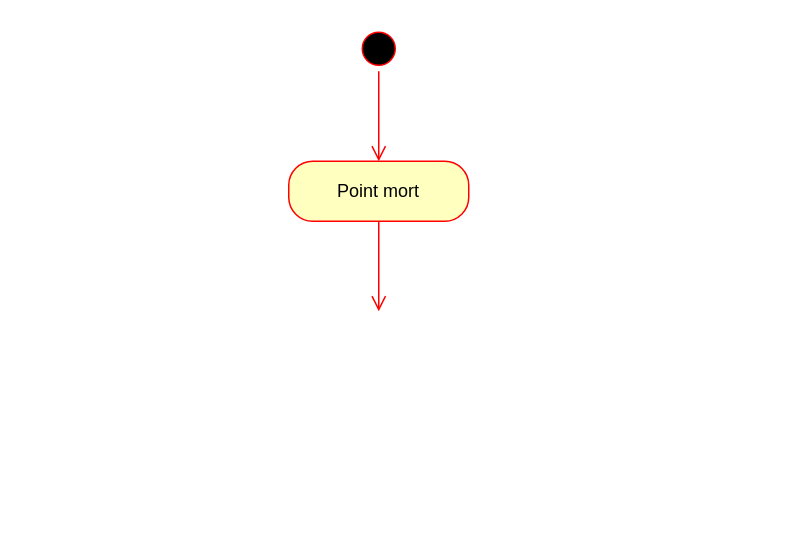
Above: Génie_SF7.drawio in Caporal6/Dump_Genie (draw.io), before the change. Source tidied: cells renumbered, new cells numbered last; positions are measured from the earlier drawing's top-left corner, leaving out a move shared by most shapes. Both pictures are drawn from the tidied source at 150%, with x=0, y=0 at pixel (288, 26).
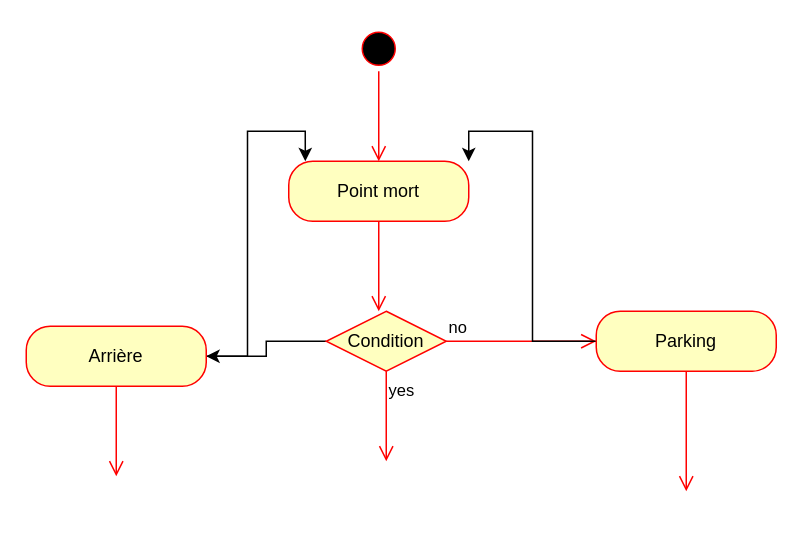
After the change.

Commit message (it also covers changes not shown here):
Mettre à jour Génie_SF7.drawio

What changed in the source:
```diff
@@
 <mxGraphModel>
   <root>
     <mxCell id="0" />
     <mxCell id="1" parent="0" />
     <mxCell id="2" style="ellipse;html=1;shape=startState;fillColor=#000000;strokeColor=#ff0000;" parent="1" vertex="1">
       <mxGeometry x="45" width="30" height="30" as="geometry" />
     </mxCell>
     <mxCell id="3" style="edgeStyle=orthogonalEdgeStyle;html=1;verticalAlign=bottom;endArrow=open;endSize=8;strokeColor=#ff0000;rounded=0;" parent="1" edge="1" source="2">
       <mxGeometry relative="1" as="geometry">
         <mxPoint x="60" y="90" as="targetPoint" />
       </mxGeometry>
     </mxCell>
     <mxCell id="4" value="Point mort" style="rounded=1;whiteSpace=wrap;html=1;arcSize=40;fontColor=#000000;fillColor=#ffffc0;strokeColor=#ff0000;" parent="1" vertex="1">
       <mxGeometry y="90" width="120" height="40" as="geometry" />
     </mxCell>
     <mxCell id="5" style="edgeStyle=orthogonalEdgeStyle;html=1;verticalAlign=bottom;endArrow=open;endSize=8;strokeColor=#ff0000;rounded=0;" parent="1" edge="1" source="4">
       <mxGeometry relative="1" as="geometry">
         <mxPoint x="60" y="190" as="targetPoint" />
       </mxGeometry>
     </mxCell>
+    <mxCell id="6" style="edgeStyle=orthogonalEdgeStyle;rounded=0;jettySize=auto;html=1;" parent="1" edge="1" source="7" target="14">
+      <mxGeometry relative="1" as="geometry" />
+    </mxCell>
+    <mxCell id="7" value="Condition" style="rhombus;whiteSpace=wrap;html=1;fontColor=#000000;fillColor=#ffffc0;strokeColor=#ff0000;" parent="1" vertex="1">
+      <mxGeometry x="25" y="190" width="80" height="40" as="geometry" />
+    </mxCell>
+    <mxCell id="8" value="no" style="edgeStyle=orthogonalEdgeStyle;html=1;align=left;verticalAlign=bottom;endArrow=open;endSize=8;strokeColor=#ff0000;rounded=0;" parent="1" edge="1" source="7">
+      <mxGeometry x="-1" relative="1" as="geometry">
+        <mxPoint x="205" y="210" as="targetPoint" />
+      </mxGeometry>
+    </mxCell>
+    <mxCell id="9" value="yes" style="edgeStyle=orthogonalEdgeStyle;html=1;align=left;verticalAlign=top;endArrow=open;endSize=8;strokeColor=#ff0000;rounded=0;" parent="1" edge="1" source="7">
+      <mxGeometry x="-1" relative="1" as="geometry">
+        <mxPoint x="65" y="290" as="targetPoint" />
+      </mxGeometry>
+    </mxCell>
+    <mxCell id="10" style="edgeStyle=orthogonalEdgeStyle;rounded=0;jettySize=auto;html=1;entryX=1;entryY=0;entryDx=0;entryDy=0;" parent="1" edge="1" source="11" target="4">
+      <mxGeometry relative="1" as="geometry" />
+    </mxCell>
+    <mxCell id="11" value="Parking" style="rounded=1;whiteSpace=wrap;html=1;arcSize=40;fontColor=#000000;fillColor=#ffffc0;strokeColor=#ff0000;" parent="1" vertex="1">
+      <mxGeometry x="205" y="190" width="120" height="40" as="geometry" />
+    </mxCell>
+    <mxCell id="12" style="edgeStyle=orthogonalEdgeStyle;html=1;verticalAlign=bottom;endArrow=open;endSize=8;strokeColor=#ff0000;rounded=0;" parent="1" edge="1" source="11">
+      <mxGeometry relative="1" as="geometry">
+        <mxPoint x="265" y="310" as="targetPoint" />
+      </mxGeometry>
+    </mxCell>
+    <mxCell id="13" style="edgeStyle=orthogonalEdgeStyle;rounded=0;jettySize=auto;html=1;entryX=0.092;entryY=0;entryDx=0;entryDy=0;entryPerimeter=0;" parent="1" edge="1" source="14" target="4">
+      <mxGeometry relative="1" as="geometry" />
+    </mxCell>
+    <mxCell id="14" value="Arrière" style="rounded=1;whiteSpace=wrap;html=1;arcSize=40;fontColor=#000000;fillColor=#ffffc0;strokeColor=#ff0000;" parent="1" vertex="1">
+      <mxGeometry x="-175" y="200" width="120" height="40" as="geometry" />
+    </mxCell>
+    <mxCell id="15" style="edgeStyle=orthogonalEdgeStyle;html=1;verticalAlign=bottom;endArrow=open;endSize=8;strokeColor=#ff0000;rounded=0;" parent="1" edge="1" source="14">
+      <mxGeometry relative="1" as="geometry">
+        <mxPoint x="-115" y="300" as="targetPoint" />
+      </mxGeometry>
+    </mxCell>
   </root>
 </mxGraphModel>
```
